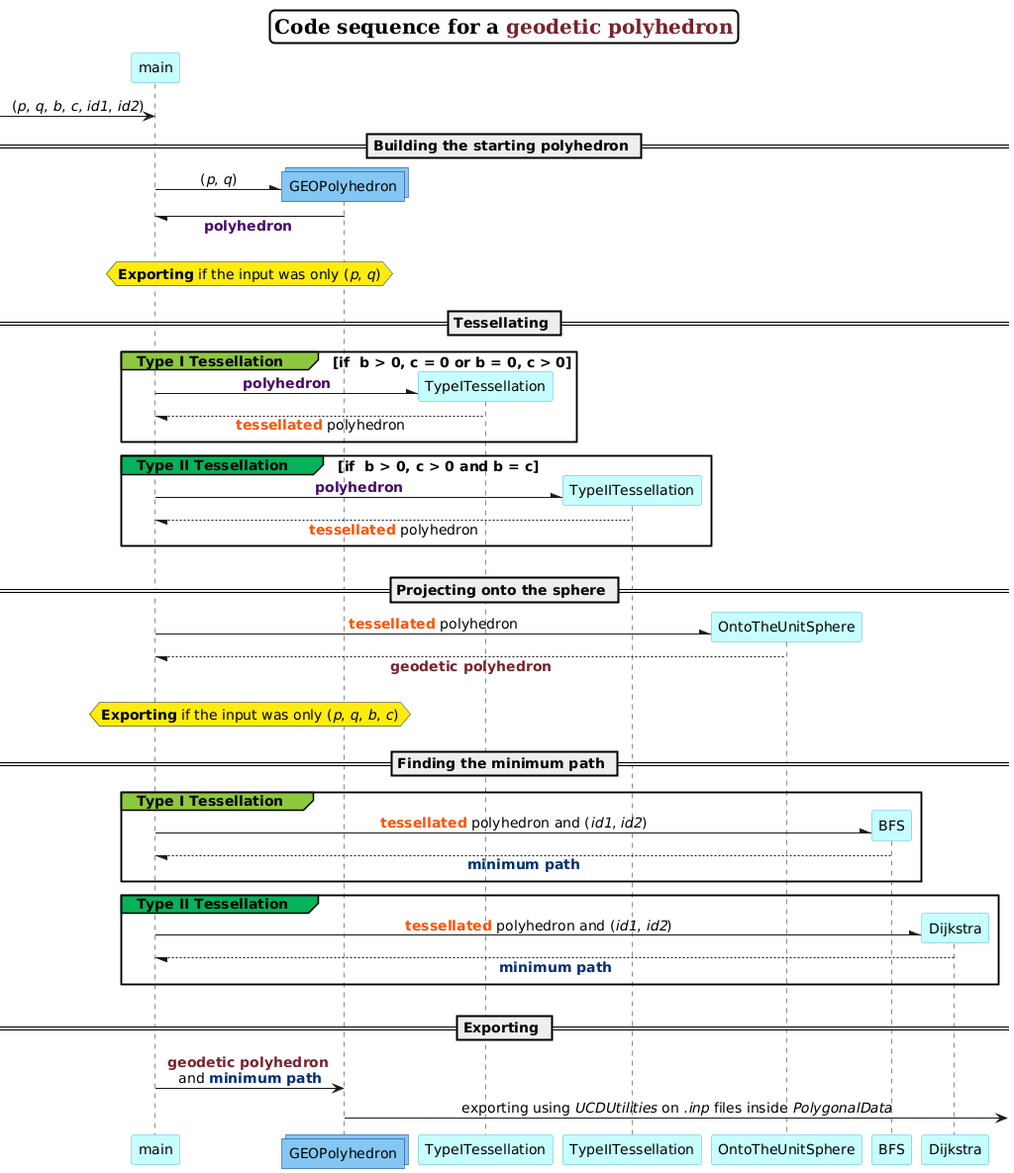
The PlantUML diagram Documentation/PNG_images/SequenceDiagram.png in M4rc10n3/ProgettoPCS2025, before a commit.
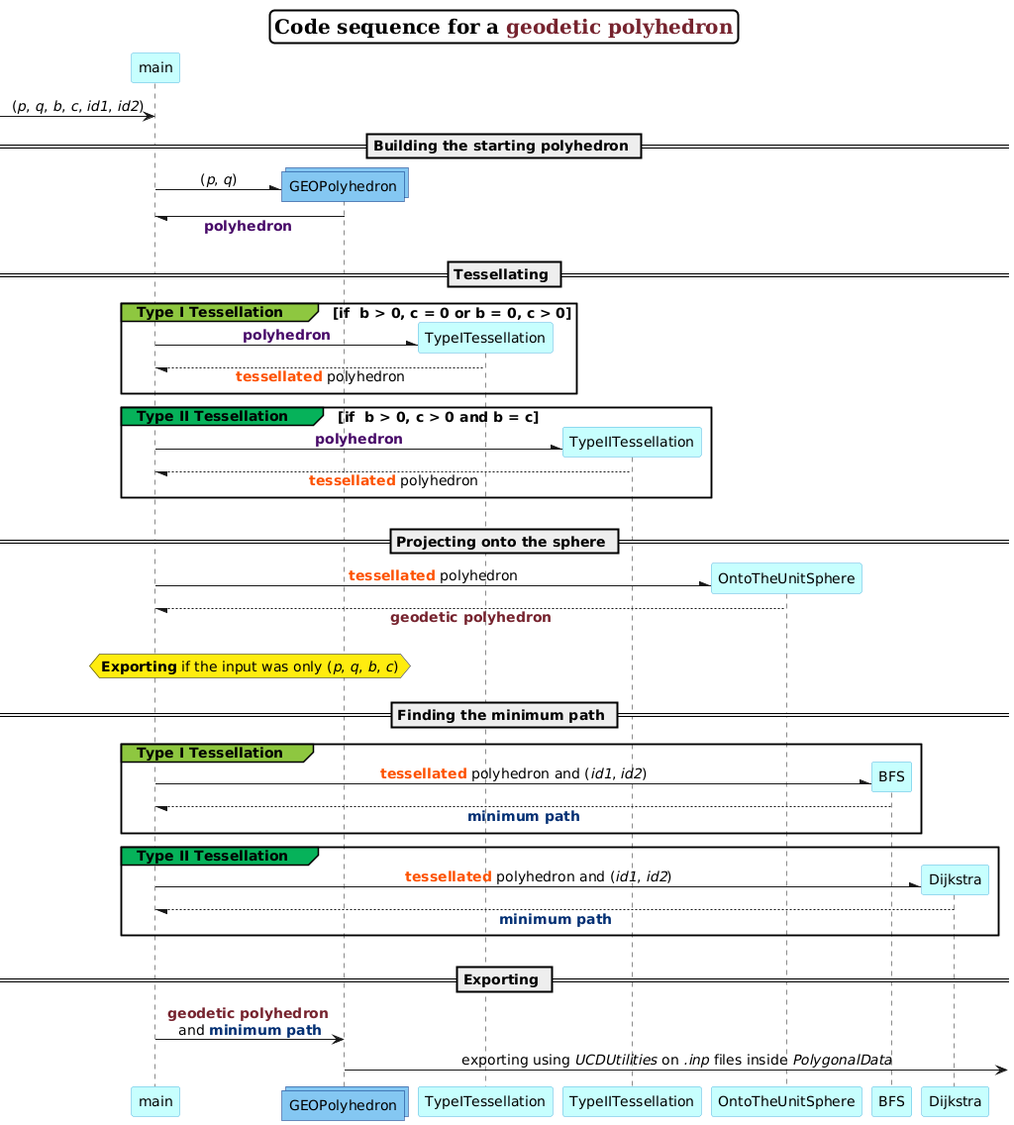
The same file after the commit.

Commit message:
Modifying the documentation of SequenceDiagram

What changed in the source:
```diff
@@ -35,10 +35,6 @@
 
 m -\ GP ** : (//p//, //q//)
 m \- GP : **<color #470968>polyhedron</color> **
-||15||
-hnote over m, GP
-**Exporting** if the input was only (//p//, //q//)
-endhnote
 ||10||
 
 == Tessellating ==
```
